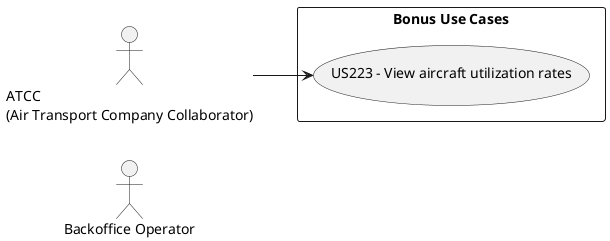
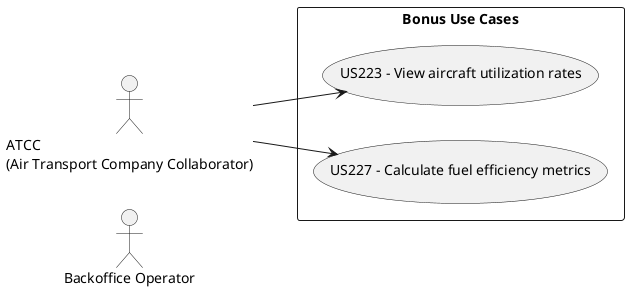
@startuml
left to right direction
skinparam packageStyle rectangle

actor "Backoffice Operator" as BO
actor "ATCC\n(Air Transport Company Collaborator)" as ATCC

rectangle "Bonus Use Cases" {
  usecase "US223 - View aircraft utilization rates" as UC223
+   usecase "US227 - Calculate fuel efficiency metrics" as UC227
}

ATCC --> UC223
+ ATCC --> UC227

@enduml
